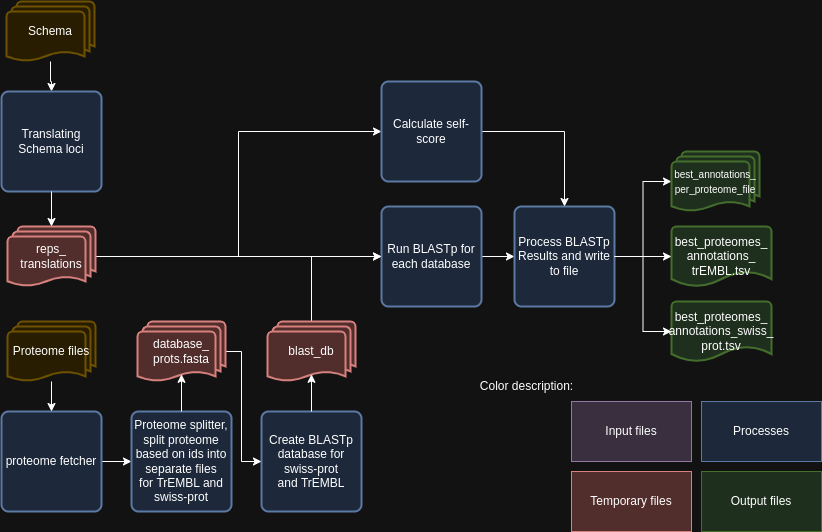
The draw.io diagram SchemaRefinery/docs/SchemaRefinery/Modules/source/uniprot_proteomes_annotation.png in B-UMMI/Schema_Refinery, before a commit. Source tidied: cells renumbered, new cells last; positions are measured from the earlier drawing's top-left corner, leaving out a move shared by most shapes.
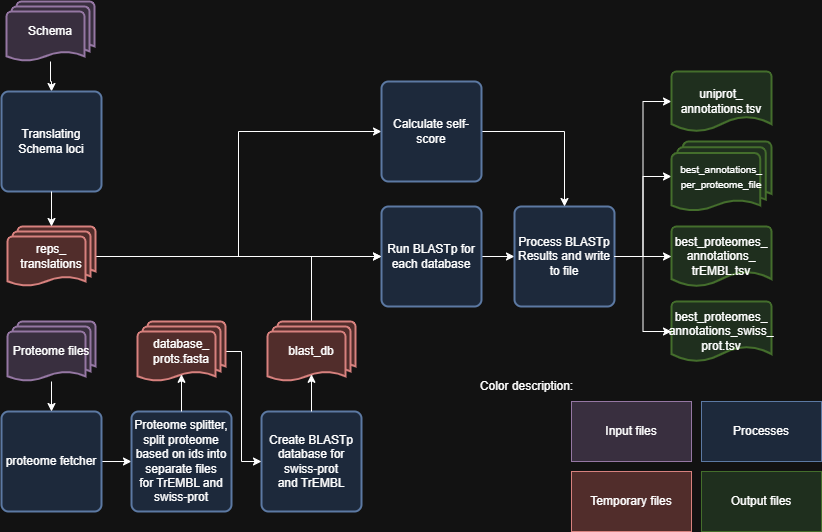
After the commit.

What changed in the source:
```diff
@@ -11,7 +11,7 @@
     <mxCell id="4" style="edgeStyle=orthogonalEdgeStyle;rounded=0;jettySize=auto;html=1;entryX=0.5;entryY=0;entryDx=0;entryDy=0;" parent="1" edge="1" source="5" target="3">
       <mxGeometry relative="1" as="geometry" />
     </mxCell>
-    <mxCell id="5" value="Proteome files" style="strokeWidth=2;html=1;shape=mxgraph.flowchart.multi-document;whiteSpace=wrap;fillColor=#fff2cc;strokeColor=#d6b656;" parent="1" vertex="1">
+    <mxCell id="5" value="Proteome files" style="strokeWidth=2;html=1;shape=mxgraph.flowchart.multi-document;whiteSpace=wrap;fillColor=#E1D5E7;strokeColor=#9673A6;" parent="1" vertex="1">
       <mxGeometry x="6" y="320" width="88" height="60" as="geometry" />
     </mxCell>
     <mxCell id="6" value="Proteome splitter, split proteome based on ids into separate files for&amp;nbsp;TrEMBL and swiss-prot" style="rounded=1;whiteSpace=wrap;html=1;absoluteArcSize=1;arcSize=14;strokeWidth=2;fillColor=#dae8fc;strokeColor=#6c8ebf;" parent="1" vertex="1">
@@ -26,7 +26,7 @@
     <mxCell id="9" style="edgeStyle=orthogonalEdgeStyle;rounded=0;jettySize=auto;html=1;" parent="1" edge="1" source="10" target="11">
       <mxGeometry relative="1" as="geometry" />
     </mxCell>
-    <mxCell id="10" value="Schema" style="strokeWidth=2;html=1;shape=mxgraph.flowchart.multi-document;whiteSpace=wrap;fillColor=#fff2cc;strokeColor=#d6b656;" parent="1" vertex="1">
+    <mxCell id="10" value="Schema" style="strokeWidth=2;html=1;shape=mxgraph.flowchart.multi-document;whiteSpace=wrap;fillColor=#E1D5E7;strokeColor=#9673A6;" parent="1" vertex="1">
       <mxGeometry x="5" width="88" height="60" as="geometry" />
     </mxCell>
     <mxCell id="11" value="Translating Schema loci" style="rounded=1;whiteSpace=wrap;html=1;absoluteArcSize=1;arcSize=14;strokeWidth=2;fillColor=#dae8fc;strokeColor=#6c8ebf;" parent="1" vertex="1">
@@ -51,7 +51,7 @@
       <mxGeometry x="513" y="205" width="100" height="100" as="geometry" />
     </mxCell>
     <mxCell id="18" value="&lt;span style=&quot;font-size: 10px;&quot;&gt;best_annotations_&lt;/span&gt;&lt;div&gt;&lt;span style=&quot;font-size: 10px;&quot;&gt;per_proteome_file&lt;/span&gt;&lt;/div&gt;" style="strokeWidth=2;html=1;shape=mxgraph.flowchart.multi-document;whiteSpace=wrap;fillColor=#d5e8d4;strokeColor=#82b366;" parent="1" vertex="1">
-      <mxGeometry x="670" y="150" width="88" height="60" as="geometry" />
+      <mxGeometry x="670" y="140" width="100" height="70" as="geometry" />
     </mxCell>
     <mxCell id="19" value="best_proteomes_&lt;div&gt;annotations_swiss_&lt;/div&gt;&lt;div&gt;prot.tsv&lt;/div&gt;" style="strokeWidth=2;html=1;shape=mxgraph.flowchart.document2;whiteSpace=wrap;size=0.25;fillColor=#d5e8d4;strokeColor=#82b366;" parent="1" vertex="1">
       <mxGeometry x="670" y="300" width="100" height="60" as="geometry" />
@@ -87,7 +87,7 @@
     <mxCell id="28" value="Temporary files" style="rounded=0;whiteSpace=wrap;html=1;fillColor=#f8cecc;strokeColor=#b85450;" parent="1" vertex="1">
       <mxGeometry x="570" y="470" width="120" height="60" as="geometry" />
     </mxCell>
-    <mxCell id="29" value="Input files" style="rounded=0;whiteSpace=wrap;html=1;fillColor=#e1d5e7;strokeColor=#9673a6;" parent="1" vertex="1">
+    <mxCell id="29" value="Input files" style="rounded=0;whiteSpace=wrap;html=1;fillColor=#E1D5E7;strokeColor=#9673A6;" parent="1" vertex="1">
       <mxGeometry x="570" y="400" width="120" height="60" as="geometry" />
     </mxCell>
     <mxCell id="30" value="Output files" style="rounded=0;whiteSpace=wrap;html=1;fillColor=#d5e8d4;strokeColor=#82b366;" parent="1" vertex="1">
@@ -116,5 +116,11 @@
     <mxCell id="36" style="edgeStyle=orthogonalEdgeStyle;rounded=0;jettySize=auto;html=1;entryX=0;entryY=0.5;entryDx=0;entryDy=0;entryPerimeter=0;" parent="1" edge="1" source="17" target="19">
       <mxGeometry relative="1" as="geometry" />
     </mxCell>
+    <mxCell id="37" style="edgeStyle=orthogonalEdgeStyle;rounded=0;jettySize=auto;html=1;exitX=1;exitY=0.5;exitDx=0;exitDy=0;entryX=0;entryY=0.5;entryDx=0;entryDy=0;entryPerimeter=0;" parent="1" edge="1" source="17" target="38">
+      <mxGeometry relative="1" as="geometry" />
+    </mxCell>
+    <mxCell id="38" value="uniprot_&lt;div&gt;annotations.tsv&lt;/div&gt;" style="strokeWidth=2;html=1;shape=mxgraph.flowchart.document2;whiteSpace=wrap;size=0.25;fillColor=#d5e8d4;strokeColor=#82b366;" parent="1" vertex="1">
+      <mxGeometry x="670" y="70" width="100" height="60" as="geometry" />
+    </mxCell>
   </root>
 </mxGraphModel>
```
